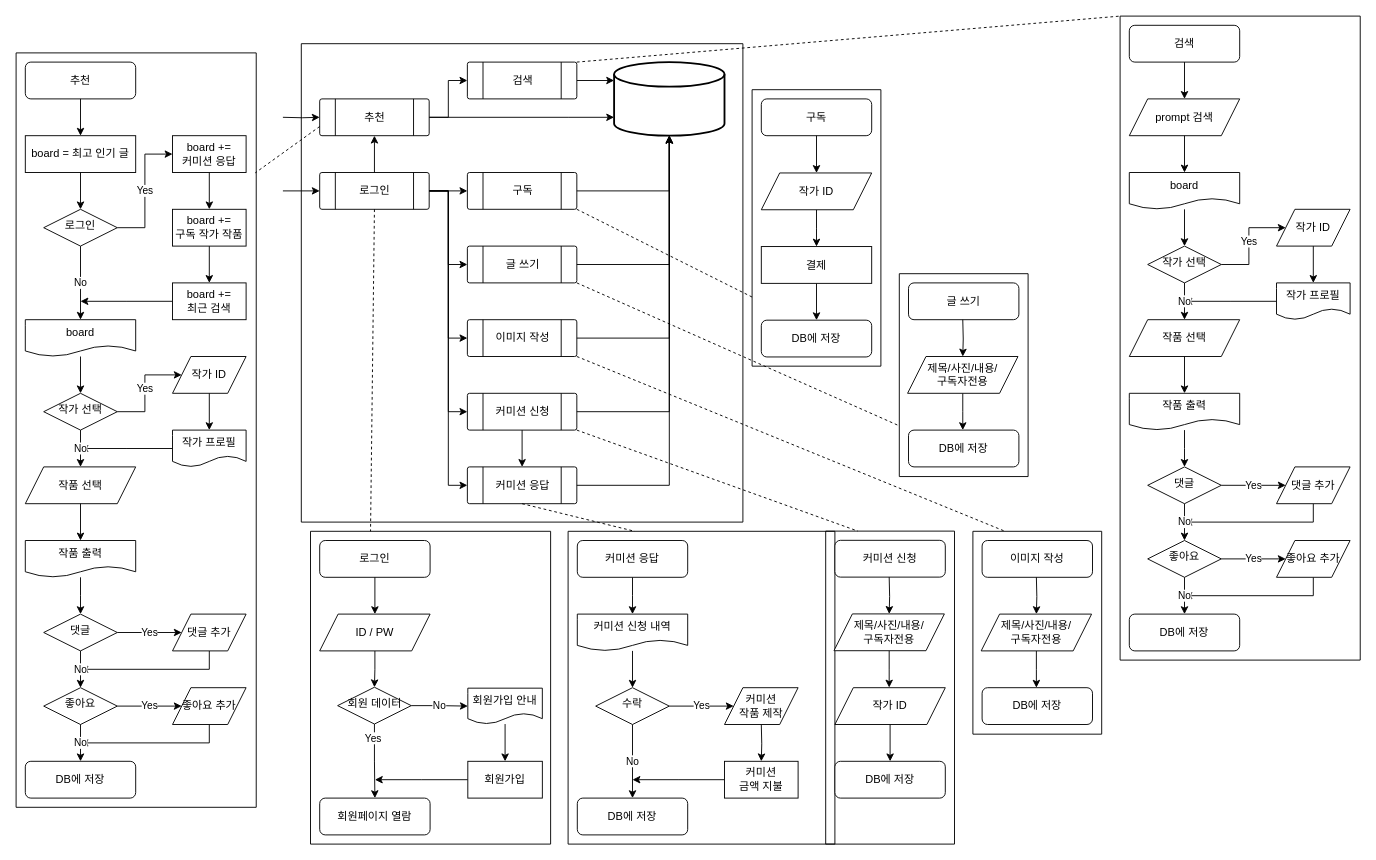
Before: draw/flowchart.drawio in dnjsrl132/barogrim, a draw.io diagram. Source tidied: cells renumbered, new cells numbered last; positions are measured from the earlier drawing's top-left corner, leaving out a move shared by most shapes. Both pictures are drawn from the tidied source at 92%, with x=0, y=0 at pixel (16, 16).
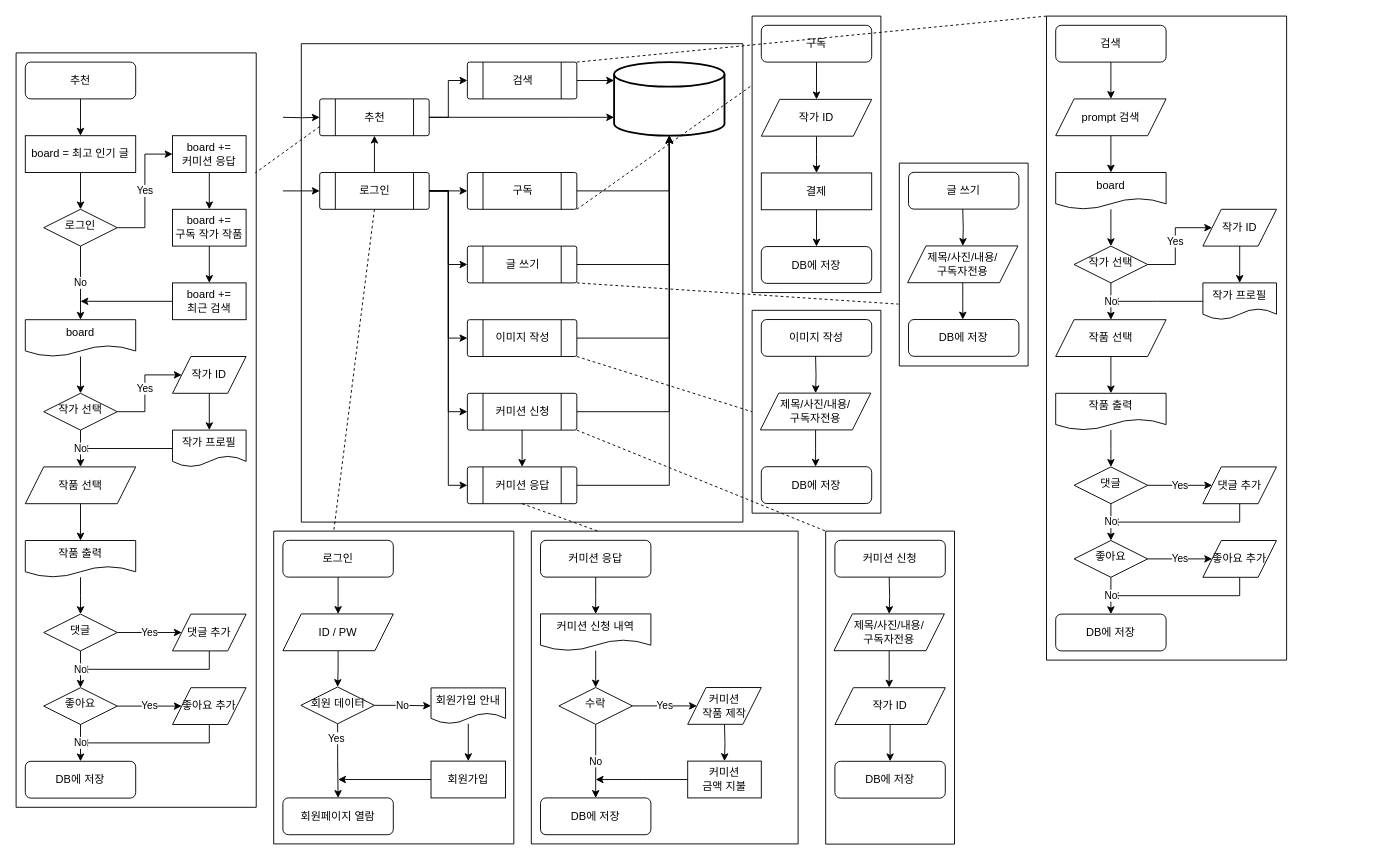
Above is the later version.

Unchanged cells that the change refers to:
```xml
<mxCell id="46" value="커미션 신청" style="verticalLabelPosition=middle;verticalAlign=middle;html=1;shape=process;whiteSpace=wrap;rounded=1;size=0.14;arcSize=6;labelPosition=center;align=center;" parent="43" vertex="1">
  <mxGeometry x="180.5" y="380" width="119" height="40" as="geometry" />
</mxCell>
<mxCell id="47" value="구독" style="verticalLabelPosition=middle;verticalAlign=middle;html=1;shape=process;whiteSpace=wrap;rounded=1;size=0.14;arcSize=6;labelPosition=center;align=center;" parent="43" vertex="1">
  <mxGeometry x="180.5" y="140" width="119" height="40" as="geometry" />
</mxCell>
<mxCell id="48" value="글 쓰기" style="verticalLabelPosition=middle;verticalAlign=middle;html=1;shape=process;whiteSpace=wrap;rounded=1;size=0.14;arcSize=6;labelPosition=center;align=center;" parent="43" vertex="1">
  <mxGeometry x="180.5" y="220" width="119" height="40" as="geometry" />
</mxCell>
<mxCell id="49" value="이미지 작성" style="verticalLabelPosition=middle;verticalAlign=middle;html=1;shape=process;whiteSpace=wrap;rounded=1;size=0.14;arcSize=6;labelPosition=center;align=center;" parent="43" vertex="1">
  <mxGeometry x="180.5" y="300" width="119" height="40" as="geometry" />
</mxCell>
<mxCell id="121" style="swimlane;whiteSpace=wrap;html=1;startSize=0;" parent="1" vertex="1">
  <mxGeometry x="880" y="559.8" width="140" height="340.2" as="geometry" />
</mxCell>
<mxCell id="137" value="작가 프로필" style="shape=document;whiteSpace=wrap;html=1;boundedLbl=1;" parent="135" vertex="1">
  <mxGeometry x="170" y="290" width="80" height="40" as="geometry" />
</mxCell>
```

What changed in the source:
```diff
@@
     <mxCell id="2" value="글 쓰기" style="rounded=1;whiteSpace=wrap;html=1;fontSize=12;glass=0;strokeWidth=1;shadow=0;" parent="1" vertex="1">
-      <mxGeometry x="970" y="290" width="120" height="40" as="geometry" />
+      <mxGeometry x="970" y="169.8" width="120" height="40" as="geometry" />
     </mxCell>
     <mxCell id="3" value="로그인" style="rounded=1;whiteSpace=wrap;html=1;fontSize=12;glass=0;strokeWidth=1;shadow=0;" parent="1" vertex="1">
-      <mxGeometry x="330" y="570" width="120" height="40" as="geometry" />
+      <mxGeometry x="290" y="569.8" width="120" height="40" as="geometry" />
     </mxCell>
@@
     <mxCell id="7" value="회원 데이터" style="rhombus;whiteSpace=wrap;html=1;shadow=0;fontFamily=Helvetica;fontSize=12;align=center;strokeWidth=1;spacing=6;spacingTop=-4;" parent="1" vertex="1">
-      <mxGeometry x="349.5" y="729.5" width="80" height="40" as="geometry" />
+      <mxGeometry x="309.5" y="729.2" width="80" height="40" as="geometry" />
     </mxCell>
     <mxCell id="8" value="회원페이지 열람" style="rounded=1;whiteSpace=wrap;html=1;fontSize=12;glass=0;strokeWidth=1;shadow=0;" parent="1" vertex="1">
-      <mxGeometry x="330" y="850" width="120" height="40" as="geometry" />
+      <mxGeometry x="290" y="849.8" width="120" height="40" as="geometry" />
     </mxCell>
@@
     <mxCell id="11" value="ID / PW" style="shape=parallelogram;perimeter=parallelogramPerimeter;whiteSpace=wrap;html=1;fixedSize=1;" parent="1" vertex="1">
-      <mxGeometry x="330" y="650" width="120" height="40" as="geometry" />
+      <mxGeometry x="290" y="649.8" width="120" height="40" as="geometry" />
     </mxCell>
     <mxCell id="12" style="edgeStyle=orthogonalEdgeStyle;rounded=0;jettySize=auto;html=1;" parent="1" edge="1" source="13">
       <mxGeometry relative="1" as="geometry">
-        <mxPoint x="390" y="830" as="targetPoint" />
+        <mxPoint x="350" y="829.8" as="targetPoint" />
       </mxGeometry>
     </mxCell>
     <mxCell id="13" value="회원가입" style="rounded=0;whiteSpace=wrap;html=1;" parent="1" vertex="1">
-      <mxGeometry x="491" y="810" width="81" height="40" as="geometry" />
+      <mxGeometry x="451" y="809.8" width="81" height="40" as="geometry" />
     </mxCell>
@@
     <mxCell id="15" value="회원가입 안내" style="shape=document;whiteSpace=wrap;html=1;boundedLbl=1;" parent="1" vertex="1">
-      <mxGeometry x="491" y="730.5" width="81" height="39" as="geometry" />
+      <mxGeometry x="451" y="730.2" width="81" height="39" as="geometry" />
     </mxCell>
     <mxCell id="16" style="edgeStyle=orthogonalEdgeStyle;rounded=0;jettySize=auto;html=1;" parent="1" edge="1" source="17">
       <mxGeometry relative="1" as="geometry">
-        <mxPoint x="670" y="650" as="targetPoint" />
+        <mxPoint x="630" y="649.8" as="targetPoint" />
       </mxGeometry>
     </mxCell>
     <mxCell id="17" value="커미션 응답" style="rounded=1;whiteSpace=wrap;html=1;fontSize=12;glass=0;strokeWidth=1;shadow=0;" parent="1" vertex="1">
-      <mxGeometry x="610" y="570" width="120" height="40" as="geometry" />
+      <mxGeometry x="570" y="569.8" width="120" height="40" as="geometry" />
     </mxCell>
     <mxCell id="18" style="swimlane;whiteSpace=wrap;html=1;startSize=0;" parent="1" vertex="1">
-      <mxGeometry x="960" y="280" width="140" height="220.5" as="geometry" />
+      <mxGeometry x="960" y="159.8" width="140" height="220.5" as="geometry" />
     </mxCell>
@@
     <mxCell id="23" style="swimlane;whiteSpace=wrap;html=1;startSize=0;" parent="1" vertex="1">
-      <mxGeometry x="320" y="560" width="261" height="340" as="geometry" />
+      <mxGeometry x="280" y="559.8" width="261" height="340" as="geometry" />
     </mxCell>
     <mxCell id="24" style="swimlane;startSize=0;" parent="1" vertex="1">
-      <mxGeometry x="600" y="560" width="290" height="340" as="geometry" />
+      <mxGeometry x="560" y="559.8" width="290" height="340" as="geometry" />
     </mxCell>
@@
     <mxCell id="35" value="구독" style="rounded=1;whiteSpace=wrap;html=1;fontSize=12;glass=0;strokeWidth=1;shadow=0;" parent="1" vertex="1">
-      <mxGeometry x="810" y="90" width="120" height="40" as="geometry" />
+      <mxGeometry x="810" y="10" width="120" height="40" as="geometry" />
     </mxCell>
@@
     <mxCell id="37" style="swimlane;whiteSpace=wrap;html=1;startSize=0;" parent="1" vertex="1">
-      <mxGeometry x="800" y="80" width="140" height="300.5" as="geometry" />
+      <mxGeometry x="800" width="140" height="300.5" as="geometry" />
     </mxCell>
@@
-    <mxCell id="71" style="endArrow=none;dashed=1;html=1;rounded=0;entryX=0;entryY=0.75;entryDx=0;entryDy=0;exitX=1;exitY=1;exitDx=0;exitDy=0;" parent="1" edge="1" source="47" target="37">
+    <mxCell id="71" style="endArrow=none;dashed=1;html=1;rounded=0;entryX=0;entryY=0.25;entryDx=0;entryDy=0;exitX=1;exitY=1;exitDx=0;exitDy=0;" parent="1" edge="1" source="47" target="37">
       <mxGeometry relative="1" as="geometry" />
     </mxCell>
@@
-    <mxCell id="73" style="endArrow=none;dashed=1;html=1;rounded=0;entryX=0;entryY=0.75;entryDx=0;entryDy=0;exitX=1;exitY=1;exitDx=0;exitDy=0;" parent="1" edge="1" source="48" target="18">
+    <mxCell id="73" style="endArrow=none;dashed=1;html=1;rounded=0;entryX=-0.007;entryY=0.695;entryDx=0;entryDy=0;exitX=1;exitY=1;exitDx=0;exitDy=0;entryPerimeter=0;" parent="1" edge="1" source="48" target="18">
       <mxGeometry relative="1" as="geometry" />
     </mxCell>
@@
     <mxCell id="113" value="이미지 작성" style="rounded=1;whiteSpace=wrap;html=1;fontSize=12;glass=0;strokeWidth=1;shadow=0;" parent="1" vertex="1">
-      <mxGeometry x="1050" y="570" width="120" height="40" as="geometry" />
+      <mxGeometry x="810" y="329.8" width="120" height="40" as="geometry" />
     </mxCell>
     <mxCell id="114" style="swimlane;whiteSpace=wrap;html=1;startSize=0;" parent="1" vertex="1">
-      <mxGeometry x="1040" y="560" width="140" height="220.5" as="geometry" />
+      <mxGeometry x="800" y="319.8" width="140" height="220.5" as="geometry" />
     </mxCell>
@@
-    <mxCell id="119" style="endArrow=none;dashed=1;html=1;rounded=0;entryX=0.25;entryY=0;entryDx=0;entryDy=0;exitX=1;exitY=1;exitDx=0;exitDy=0;" parent="1" edge="1" source="49" target="114">
+    <mxCell id="119" style="endArrow=none;dashed=1;html=1;rounded=0;entryX=0;entryY=0.5;entryDx=0;entryDy=0;exitX=1;exitY=1;exitDx=0;exitDy=0;" parent="1" edge="1" source="49" target="114">
       <mxGeometry relative="1" as="geometry" />
     </mxCell>
@@
-    <mxCell id="128" style="endArrow=none;dashed=1;html=1;rounded=0;entryX=0.25;entryY=0;entryDx=0;entryDy=0;exitX=1;exitY=1;exitDx=0;exitDy=0;" parent="1" edge="1" source="46" target="121">
+    <mxCell id="128" style="endArrow=none;dashed=1;html=1;rounded=0;entryX=0;entryY=0;entryDx=0;entryDy=0;exitX=1;exitY=1;exitDx=0;exitDy=0;" parent="1" edge="1" source="46" target="121">
       <mxGeometry relative="1" as="geometry" />
     </mxCell>
     <mxCell id="129" value="검색" style="rounded=1;whiteSpace=wrap;html=1;fontSize=12;glass=0;strokeWidth=1;shadow=0;" parent="1" vertex="1">
-      <mxGeometry x="1210" y="10" width="120" height="40" as="geometry" />
+      <mxGeometry x="1130" y="10" width="120" height="40" as="geometry" />
     </mxCell>
     <mxCell id="130" value="작가 선택" style="rhombus;whiteSpace=wrap;html=1;shadow=0;fontFamily=Helvetica;fontSize=12;align=center;strokeWidth=1;spacing=6;spacingTop=-4;" parent="1" vertex="1">
-      <mxGeometry x="1230" y="250" width="80" height="40" as="geometry" />
+      <mxGeometry x="1150" y="250" width="80" height="40" as="geometry" />
     </mxCell>
@@
     <mxCell id="133" value="board" style="shape=document;whiteSpace=wrap;html=1;boundedLbl=1;" parent="1" vertex="1">
-      <mxGeometry x="1210" y="170" width="120" height="40" as="geometry" />
+      <mxGeometry x="1130" y="170" width="120" height="40" as="geometry" />
     </mxCell>
     <mxCell id="134" style="edgeStyle=orthogonalEdgeStyle;rounded=0;jettySize=auto;html=1;" parent="1" edge="1" source="137">
       <mxGeometry relative="1" as="geometry">
-        <mxPoint x="1270" y="310" as="targetPoint" />
+        <mxPoint x="1190" y="310" as="targetPoint" />
       </mxGeometry>
     </mxCell>
     <mxCell id="135" style="swimlane;whiteSpace=wrap;html=1;startSize=0;" parent="1" vertex="1">
-      <mxGeometry x="1200" width="261" height="700" as="geometry" />
+      <mxGeometry x="1120" width="261" height="700" as="geometry" />
     </mxCell>
```
